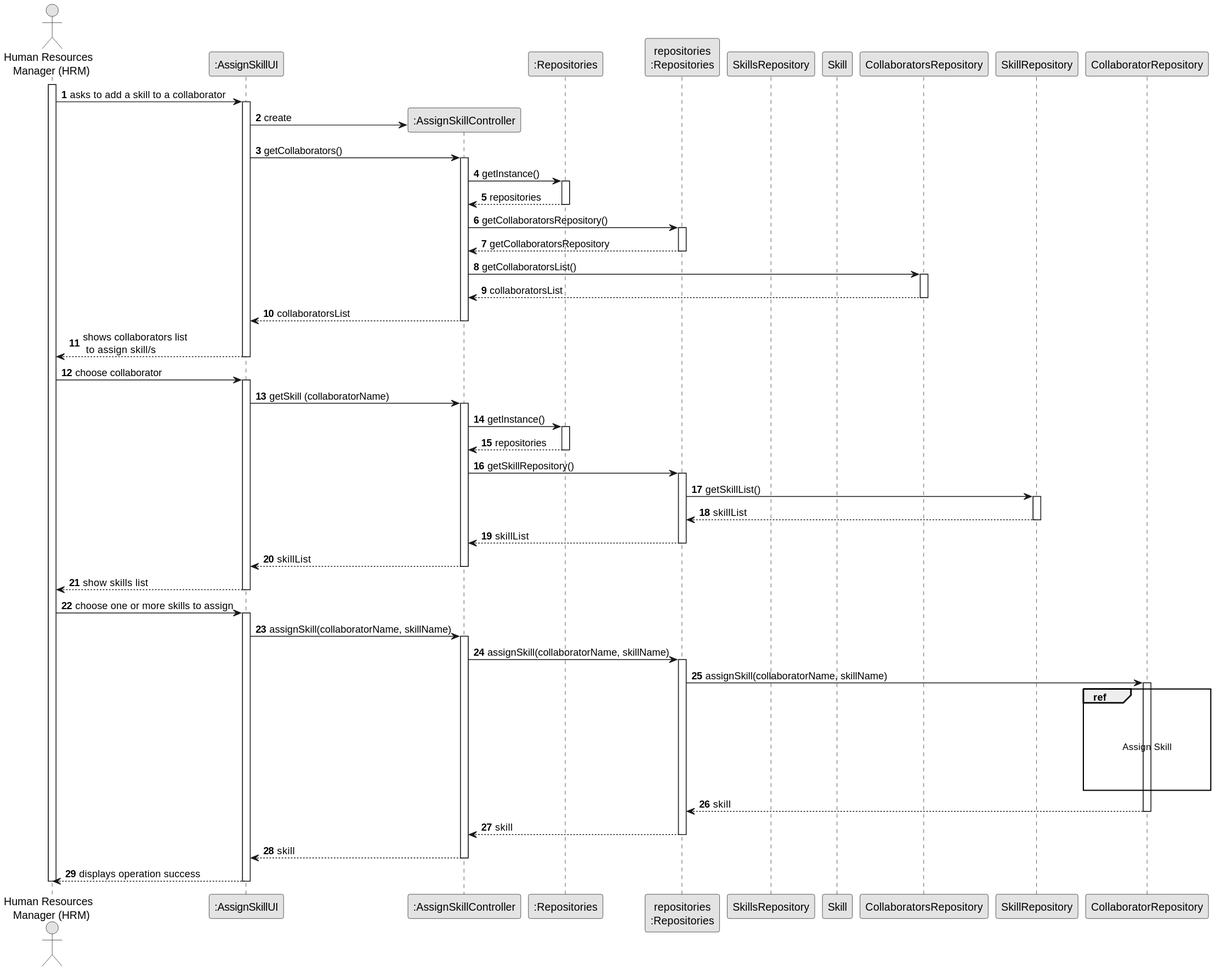
Departamento-de-Engenharia-Informatica/lei-24-s2-1dkl-g134 keeps this PlantUML diagram as docs/sprintB/us004/03.design/svg/us004-sequence-diagram-split.svg. Above is the earlier version. Its diagram source:
```plantuml
@startuml
skinparam monochrome true
skinparam packageStyle rectangle
skinparam shadowing false

autonumber

actor "Human Resources \n Manager (HRM)" as HRM
participant ":AssignSkillUI" as UI
participant ":AssignSkillController" as CTRL
participant ":Repositories" as RepositorySingleton
participant "repositories\n:Repositories" as PLAT
participant "SkillsRepository" as SkillsRepository
participant "Skill" as Skill
participant "CollaboratorsRepository" as CollaboratorsRepository

activate HRM

        HRM -> UI : asks to add a skill to a collaborator

        activate UI


            UI -> CTRL** : create

            UI -> CTRL : getCollaborators()
            activate CTRL

                CTRL -> RepositorySingleton : getInstance()
                activate RepositorySingleton

                    RepositorySingleton --> CTRL: repositories
                deactivate RepositorySingleton

                CTRL -> PLAT : getCollaboratorsRepository()
                activate PLAT

                    PLAT --> CTRL: getCollaboratorsRepository
                deactivate PLAT

                CTRL -> CollaboratorsRepository : getCollaboratorsList()
                activate CollaboratorsRepository

                    CollaboratorsRepository --> CTRL : collaboratorsList
                deactivate CollaboratorsRepository

                CTRL --> UI : collaboratorsList
            deactivate CTRL

            UI --> HRM : shows collaborators list\n to assign skill/s
        deactivate UI

    HRM -> UI : choose collaborator
    activate UI

   UI -> CTRL : getSkill (collaboratorName)
           activate CTRL

 CTRL -> RepositorySingleton : getInstance()
         activate RepositorySingleton

         RepositorySingleton --> CTRL: repositories
         deactivate RepositorySingleton

         CTRL -> PLAT : getSkillRepository()
         activate PLAT

         PLAT -> SkillRepository : getSkillList()
         activate SkillRepository

         SkillRepository --> PLAT : skillList
         deactivate  SkillRepository

         PLAT --> CTRL: skillList
         deactivate PLAT

         CTRL --> UI : skillList
         deactivate CTRL

         UI --> HRM : show skills list
         deactivate UI

         HRM -> UI : choose one or more skills to assign
         activate UI

         UI -> CTRL : assignSkill(collaboratorName, skillName)
         activate CTRL

         CTRL -> PLAT : assignSkill(collaboratorName, skillName)
         activate PLAT

         PLAT -> CollaboratorRepository : assignSkill(collaboratorName, skillName)
         activate CollaboratorRepository

         ref over CollaboratorRepository



         Assign Skill



          end ref

         CollaboratorRepository --> PLAT : skill
         deactivate CollaboratorRepository

         PLAT --> CTRL : skill
         deactivate PLAT

         CTRL --> UI : skill
         deactivate CTRL

         UI --> HRM : displays operation success
         deactivate UI

         deactivate HRM

 @enduml
```
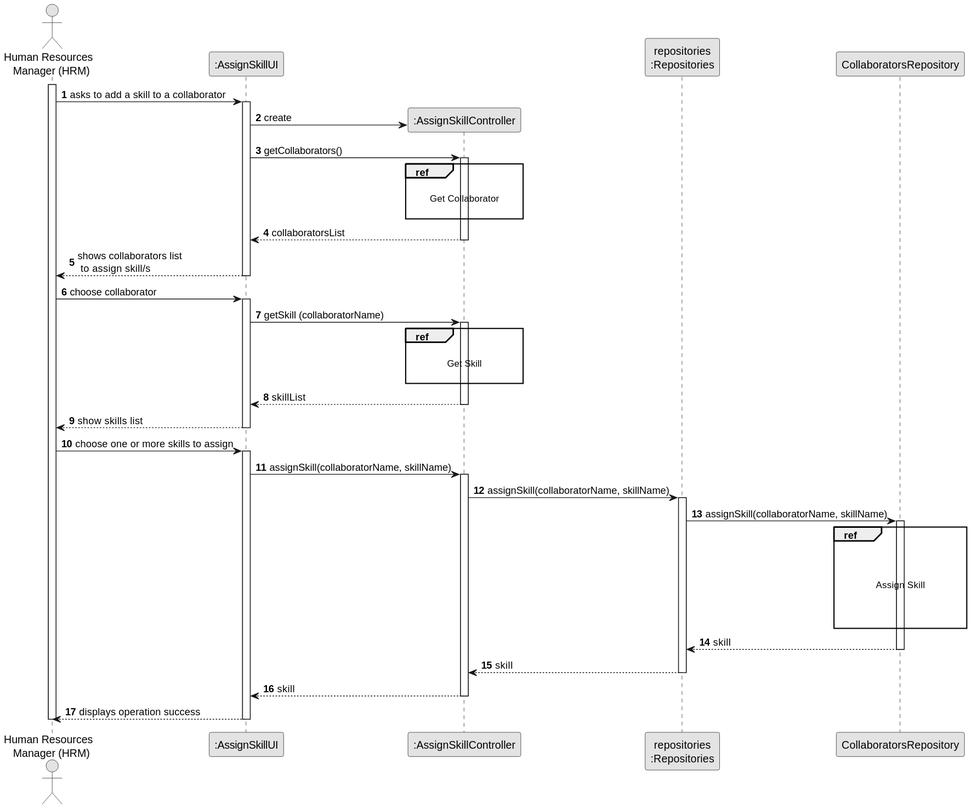
After the change.

Diff of the diagram source:
```diff
@@ -8,10 +8,8 @@
 actor "Human Resources \n Manager (HRM)" as HRM
 participant ":AssignSkillUI" as UI
 participant ":AssignSkillController" as CTRL
-participant ":Repositories" as RepositorySingleton
 participant "repositories\n:Repositories" as PLAT
-participant "SkillsRepository" as SkillsRepository
-participant "Skill" as Skill
+
 participant "CollaboratorsRepository" as CollaboratorsRepository
 
 activate HRM
@@ -25,24 +23,11 @@
 
             UI -> CTRL : getCollaborators()
             activate CTRL
+ ref over CTRL
 
-                CTRL -> RepositorySingleton : getInstance()
-                activate RepositorySingleton
+ Get Collaborator
 
-                    RepositorySingleton --> CTRL: repositories
-                deactivate RepositorySingleton
-
-                CTRL -> PLAT : getCollaboratorsRepository()
-                activate PLAT
-
-                    PLAT --> CTRL: getCollaboratorsRepository
-                deactivate PLAT
-
-                CTRL -> CollaboratorsRepository : getCollaboratorsList()
-                activate CollaboratorsRepository
-
-                    CollaboratorsRepository --> CTRL : collaboratorsList
-                deactivate CollaboratorsRepository
+ end
 
                 CTRL --> UI : collaboratorsList
             deactivate CTRL
@@ -56,23 +41,11 @@
    UI -> CTRL : getSkill (collaboratorName)
            activate CTRL
 
- CTRL -> RepositorySingleton : getInstance()
-         activate RepositorySingleton
+ref over CTRL
 
-         RepositorySingleton --> CTRL: repositories
-         deactivate RepositorySingleton
+ Get Skill
 
-         CTRL -> PLAT : getSkillRepository()
-         activate PLAT
-
-         PLAT -> SkillRepository : getSkillList()
-         activate SkillRepository
-
-         SkillRepository --> PLAT : skillList
-         deactivate  SkillRepository
-
-         PLAT --> CTRL: skillList
-         deactivate PLAT
+ end
 
          CTRL --> UI : skillList
          deactivate CTRL
@@ -89,10 +62,10 @@
          CTRL -> PLAT : assignSkill(collaboratorName, skillName)
          activate PLAT
 
-         PLAT -> CollaboratorRepository : assignSkill(collaboratorName, skillName)
-         activate CollaboratorRepository
+         PLAT -> CollaboratorsRepository : assignSkill(collaboratorName, skillName)
+         activate CollaboratorsRepository
 
-         ref over CollaboratorRepository
+         ref over CollaboratorsRepository
 
 
 
@@ -102,8 +75,8 @@
 
           end ref
 
-         CollaboratorRepository --> PLAT : skill
-         deactivate CollaboratorRepository
+         CollaboratorsRepository --> PLAT : skill
+         deactivate CollaboratorsRepository
 
          PLAT --> CTRL : skill
          deactivate PLAT
```
